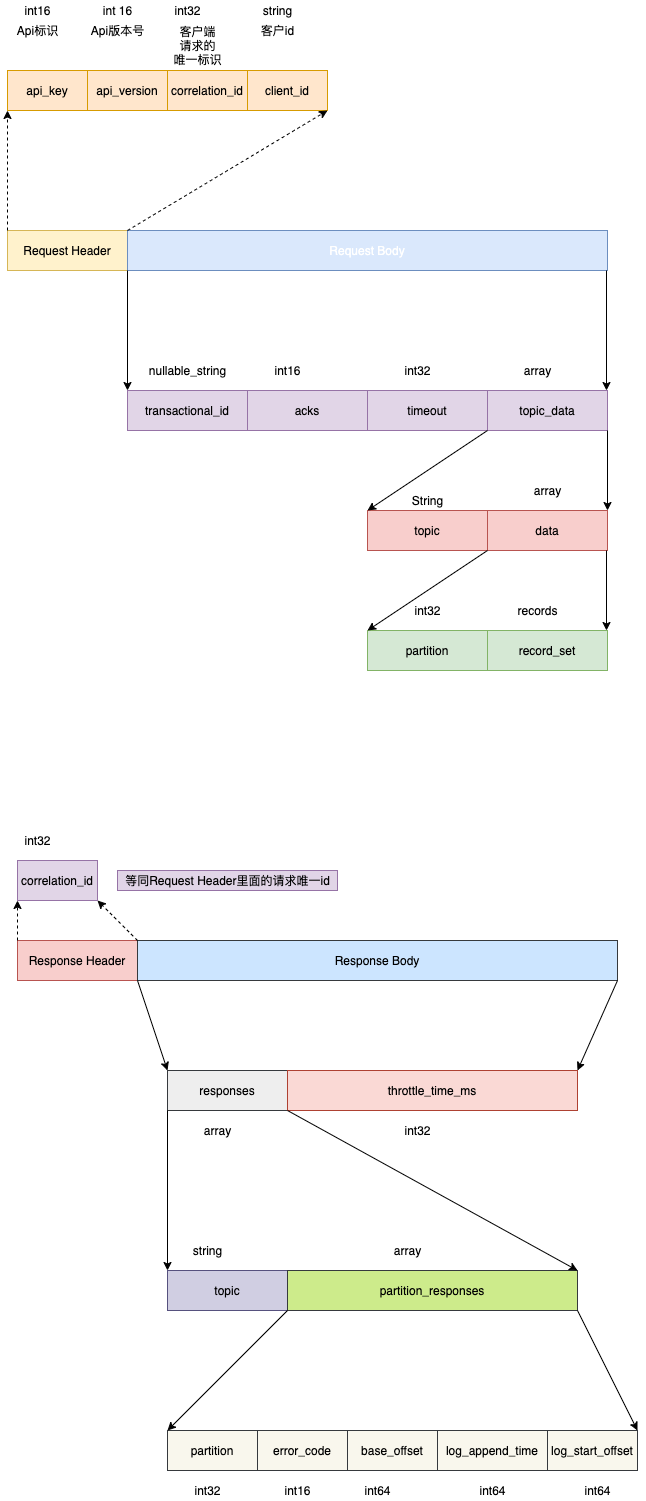
sivanbil/architecthure-diagram keeps this draw.io diagram as kafka/protocol/Request-Response-body-struct.png. Above is the earlier version. Source tidied: cells renumbered, new cells last; positions are measured from the earlier drawing's top-left corner, leaving out a move shared by most shapes.
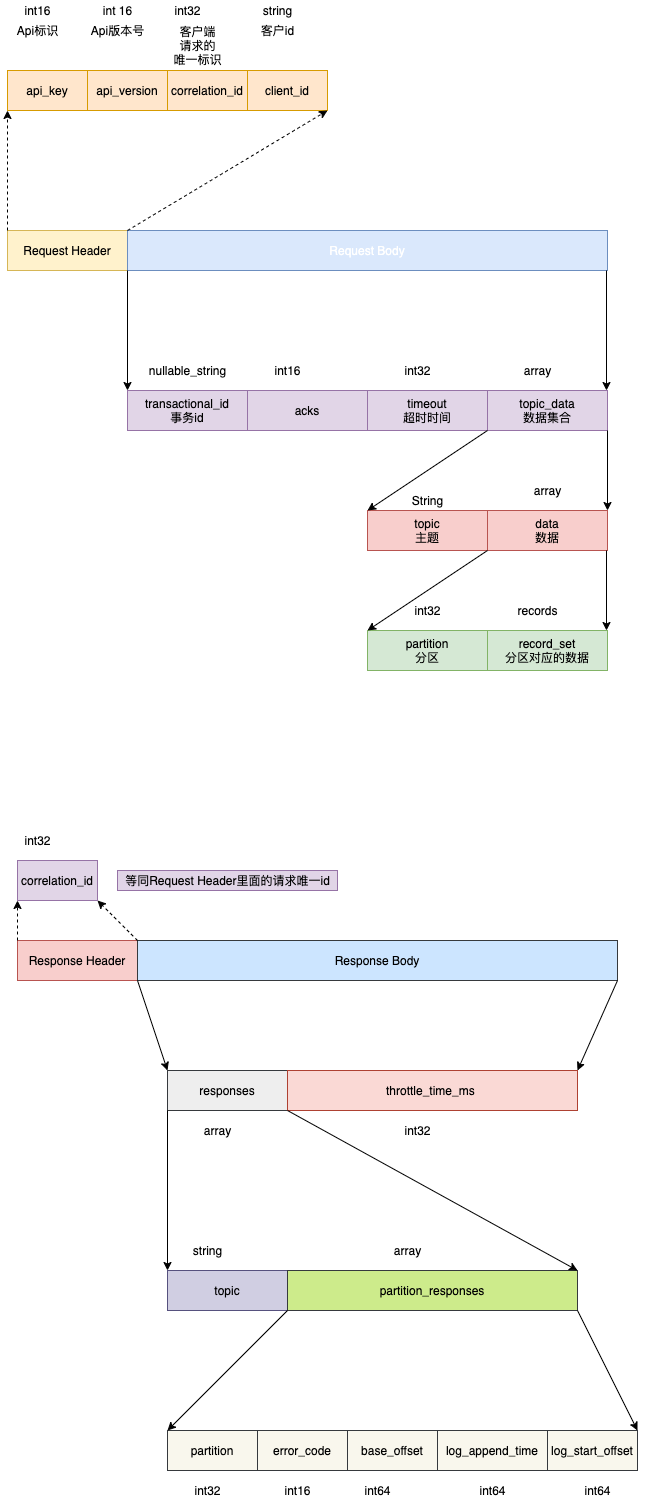
After the commit.

What changed in the source:
```diff
@@ -73,22 +73,22 @@
     <mxCell id="24" value="string" style="text;html=1;align=center;verticalAlign=middle;strokeColor=none;fillColor=none;" parent="1" vertex="1">
       <mxGeometry x="250" width="40" height="20" as="geometry" />
     </mxCell>
-    <mxCell id="25" value="transactional_id" style="rounded=0;whiteSpace=wrap;html=1;fillColor=#e1d5e7;strokeColor=#9673a6;" parent="1" vertex="1">
+    <mxCell id="25" value="transactional_id&lt;br&gt;事务id" style="rounded=0;whiteSpace=wrap;html=1;fillColor=#e1d5e7;strokeColor=#9673a6;" parent="1" vertex="1">
       <mxGeometry x="120" y="390" width="120" height="40" as="geometry" />
     </mxCell>
     <mxCell id="26" value="acks" style="rounded=0;whiteSpace=wrap;html=1;fillColor=#e1d5e7;strokeColor=#9673a6;" parent="1" vertex="1">
       <mxGeometry x="240" y="390" width="120" height="40" as="geometry" />
     </mxCell>
-    <mxCell id="27" value="timeout" style="rounded=0;whiteSpace=wrap;html=1;fillColor=#e1d5e7;strokeColor=#9673a6;" parent="1" vertex="1">
+    <mxCell id="27" value="timeout&lt;br&gt;超时时间" style="rounded=0;whiteSpace=wrap;html=1;fillColor=#e1d5e7;strokeColor=#9673a6;" parent="1" vertex="1">
       <mxGeometry x="360" y="390" width="120" height="40" as="geometry" />
     </mxCell>
-    <mxCell id="28" value="topic_data" style="rounded=0;whiteSpace=wrap;html=1;fillColor=#e1d5e7;strokeColor=#9673a6;" parent="1" vertex="1">
+    <mxCell id="28" value="topic_data&lt;br&gt;数据集合" style="rounded=0;whiteSpace=wrap;html=1;fillColor=#e1d5e7;strokeColor=#9673a6;" parent="1" vertex="1">
       <mxGeometry x="480" y="390" width="120" height="40" as="geometry" />
     </mxCell>
-    <mxCell id="29" value="topic" style="rounded=0;whiteSpace=wrap;html=1;fillColor=#f8cecc;strokeColor=#b85450;" parent="1" vertex="1">
+    <mxCell id="29" value="topic&lt;br&gt;主题" style="rounded=0;whiteSpace=wrap;html=1;fillColor=#f8cecc;strokeColor=#b85450;" parent="1" vertex="1">
       <mxGeometry x="360" y="510" width="120" height="40" as="geometry" />
     </mxCell>
-    <mxCell id="30" value="data" style="rounded=0;whiteSpace=wrap;html=1;fillColor=#f8cecc;strokeColor=#b85450;" parent="1" vertex="1">
+    <mxCell id="30" value="data&lt;br&gt;数据" style="rounded=0;whiteSpace=wrap;html=1;fillColor=#f8cecc;strokeColor=#b85450;" parent="1" vertex="1">
       <mxGeometry x="480" y="510" width="120" height="40" as="geometry" />
     </mxCell>
     <mxCell id="31" style="endArrow=classic;html=1;entryX=0;entryY=0;entryDx=0;entryDy=0;exitX=0;exitY=1;exitDx=0;exitDy=0;" parent="1" edge="1" source="28" target="29">
@@ -97,10 +97,10 @@
     <mxCell id="32" style="endArrow=classic;html=1;exitX=1;exitY=1;exitDx=0;exitDy=0;entryX=1;entryY=0;entryDx=0;entryDy=0;" parent="1" edge="1" source="28" target="30">
       <mxGeometry relative="1" as="geometry" />
     </mxCell>
-    <mxCell id="33" value="partition" style="rounded=0;whiteSpace=wrap;html=1;fillColor=#d5e8d4;strokeColor=#82b366;" parent="1" vertex="1">
+    <mxCell id="33" value="partition&lt;br&gt;分区" style="rounded=0;whiteSpace=wrap;html=1;fillColor=#d5e8d4;strokeColor=#82b366;" parent="1" vertex="1">
       <mxGeometry x="360" y="630" width="120" height="40" as="geometry" />
     </mxCell>
-    <mxCell id="34" value="record_set" style="rounded=0;whiteSpace=wrap;html=1;fillColor=#d5e8d4;strokeColor=#82b366;" parent="1" vertex="1">
+    <mxCell id="34" value="record_set&lt;br&gt;分区对应的数据" style="rounded=0;whiteSpace=wrap;html=1;fillColor=#d5e8d4;strokeColor=#82b366;" parent="1" vertex="1">
       <mxGeometry x="480" y="630" width="120" height="40" as="geometry" />
     </mxCell>
     <mxCell id="35" style="endArrow=classic;html=1;entryX=0;entryY=0;entryDx=0;entryDy=0;exitX=0;exitY=1;exitDx=0;exitDy=0;" parent="1" edge="1">
@@ -153,7 +153,7 @@
     <mxCell id="47" value="responses" style="rounded=0;whiteSpace=wrap;html=1;fillColor=#eeeeee;strokeColor=#36393d;" parent="1" vertex="1">
       <mxGeometry x="160" y="1070" width="120" height="40" as="geometry" />
     </mxCell>
-    <mxCell id="48" value="throttle_time_ms" style="rounded=0;whiteSpace=wrap;html=1;fillColor=#fad9d5;strokeColor=#ae4132;" parent="1" vertex="1">
+    <mxCell id="48" value="throttle_time_ms&amp;nbsp;" style="rounded=0;whiteSpace=wrap;html=1;fillColor=#fad9d5;strokeColor=#ae4132;" parent="1" vertex="1">
       <mxGeometry x="280" y="1070" width="290" height="40" as="geometry" />
     </mxCell>
     <mxCell id="49" value="topic" style="rounded=0;whiteSpace=wrap;html=1;fillColor=#d0cee2;strokeColor=#56517e;" parent="1" vertex="1">
```
